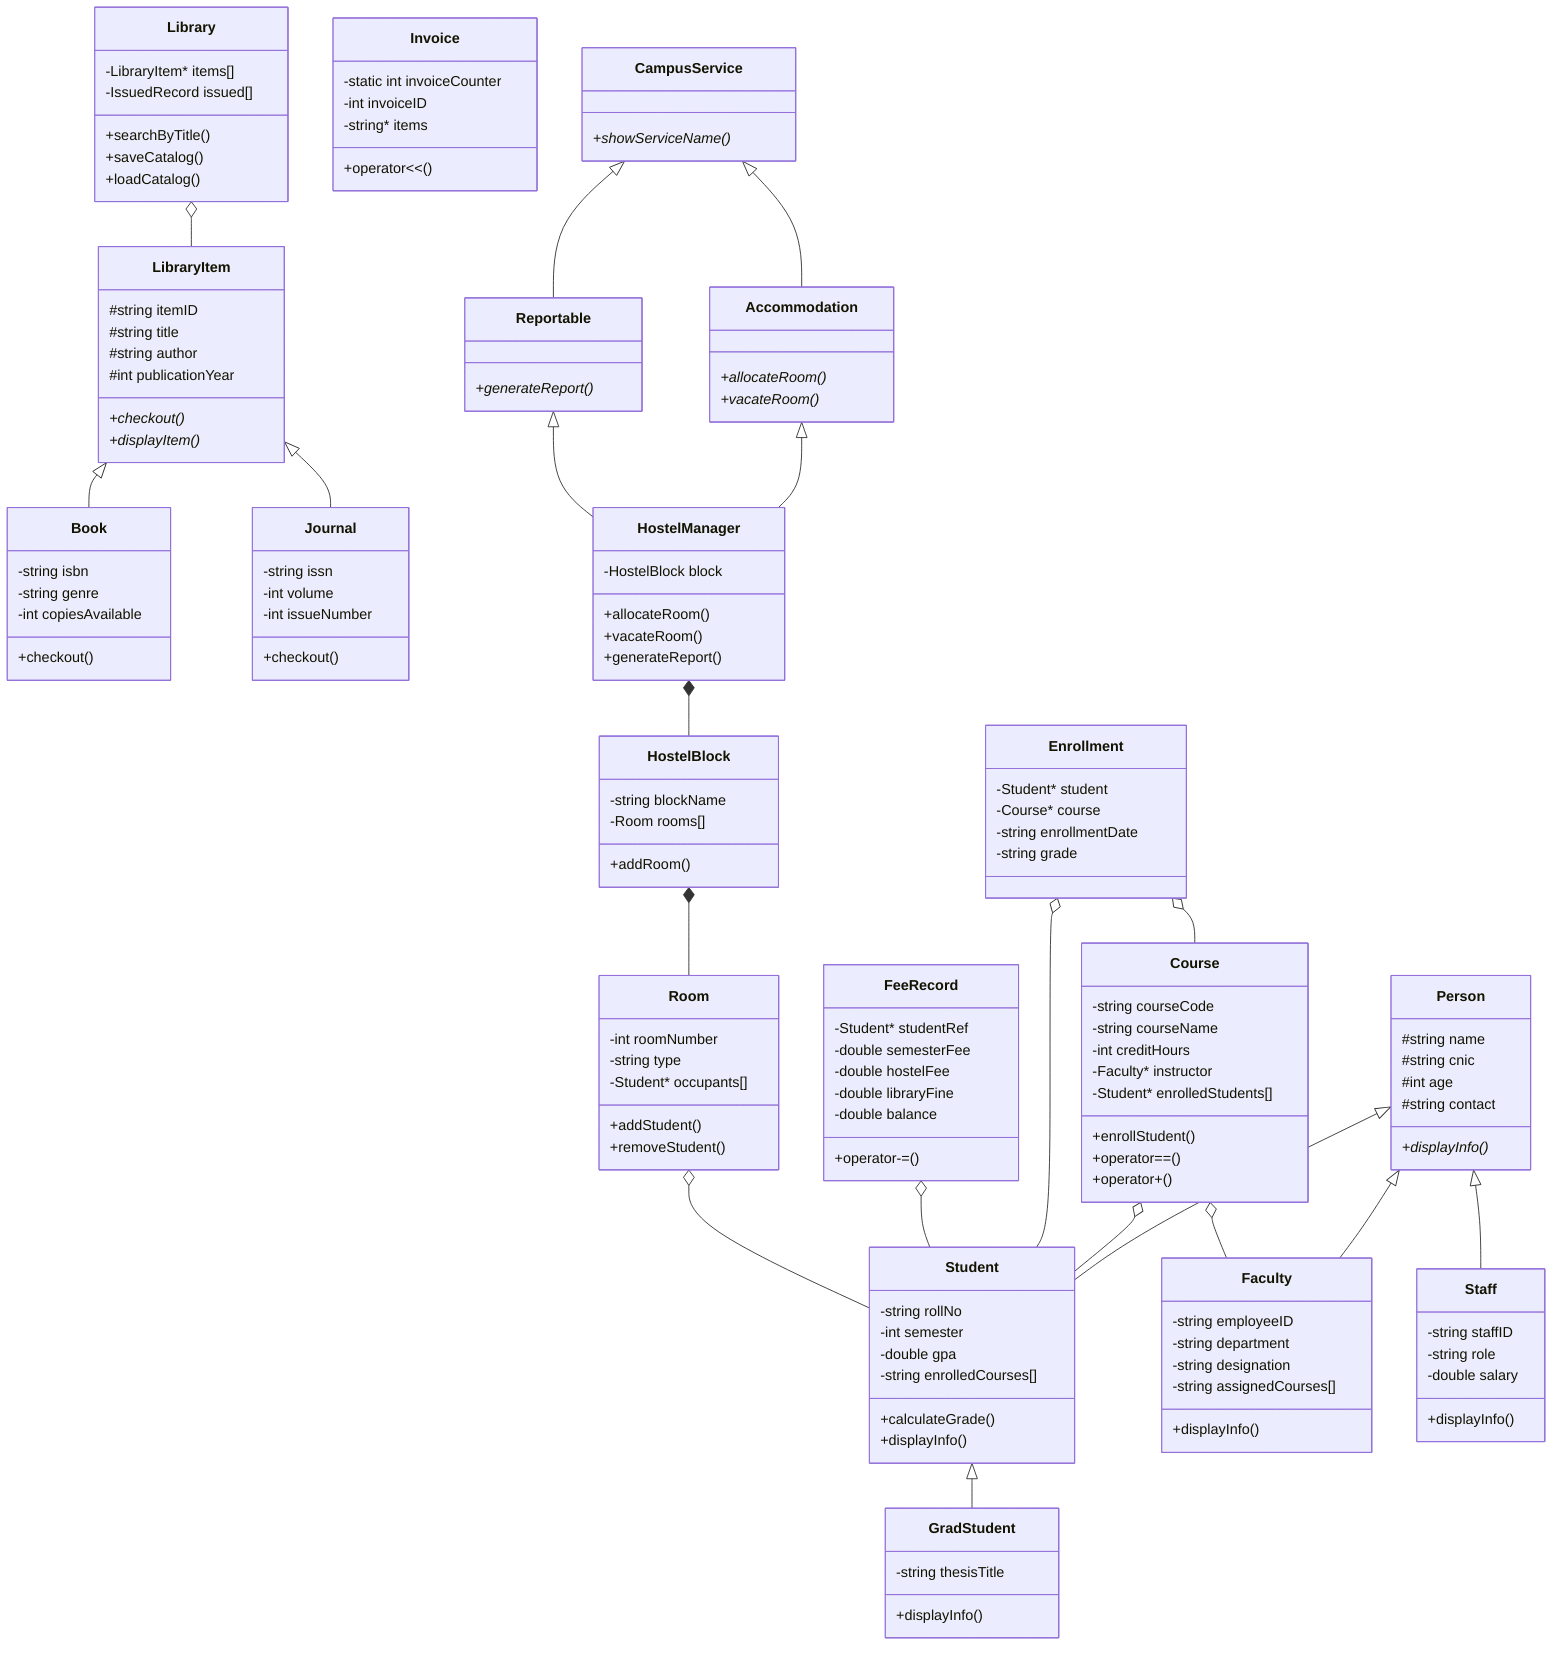
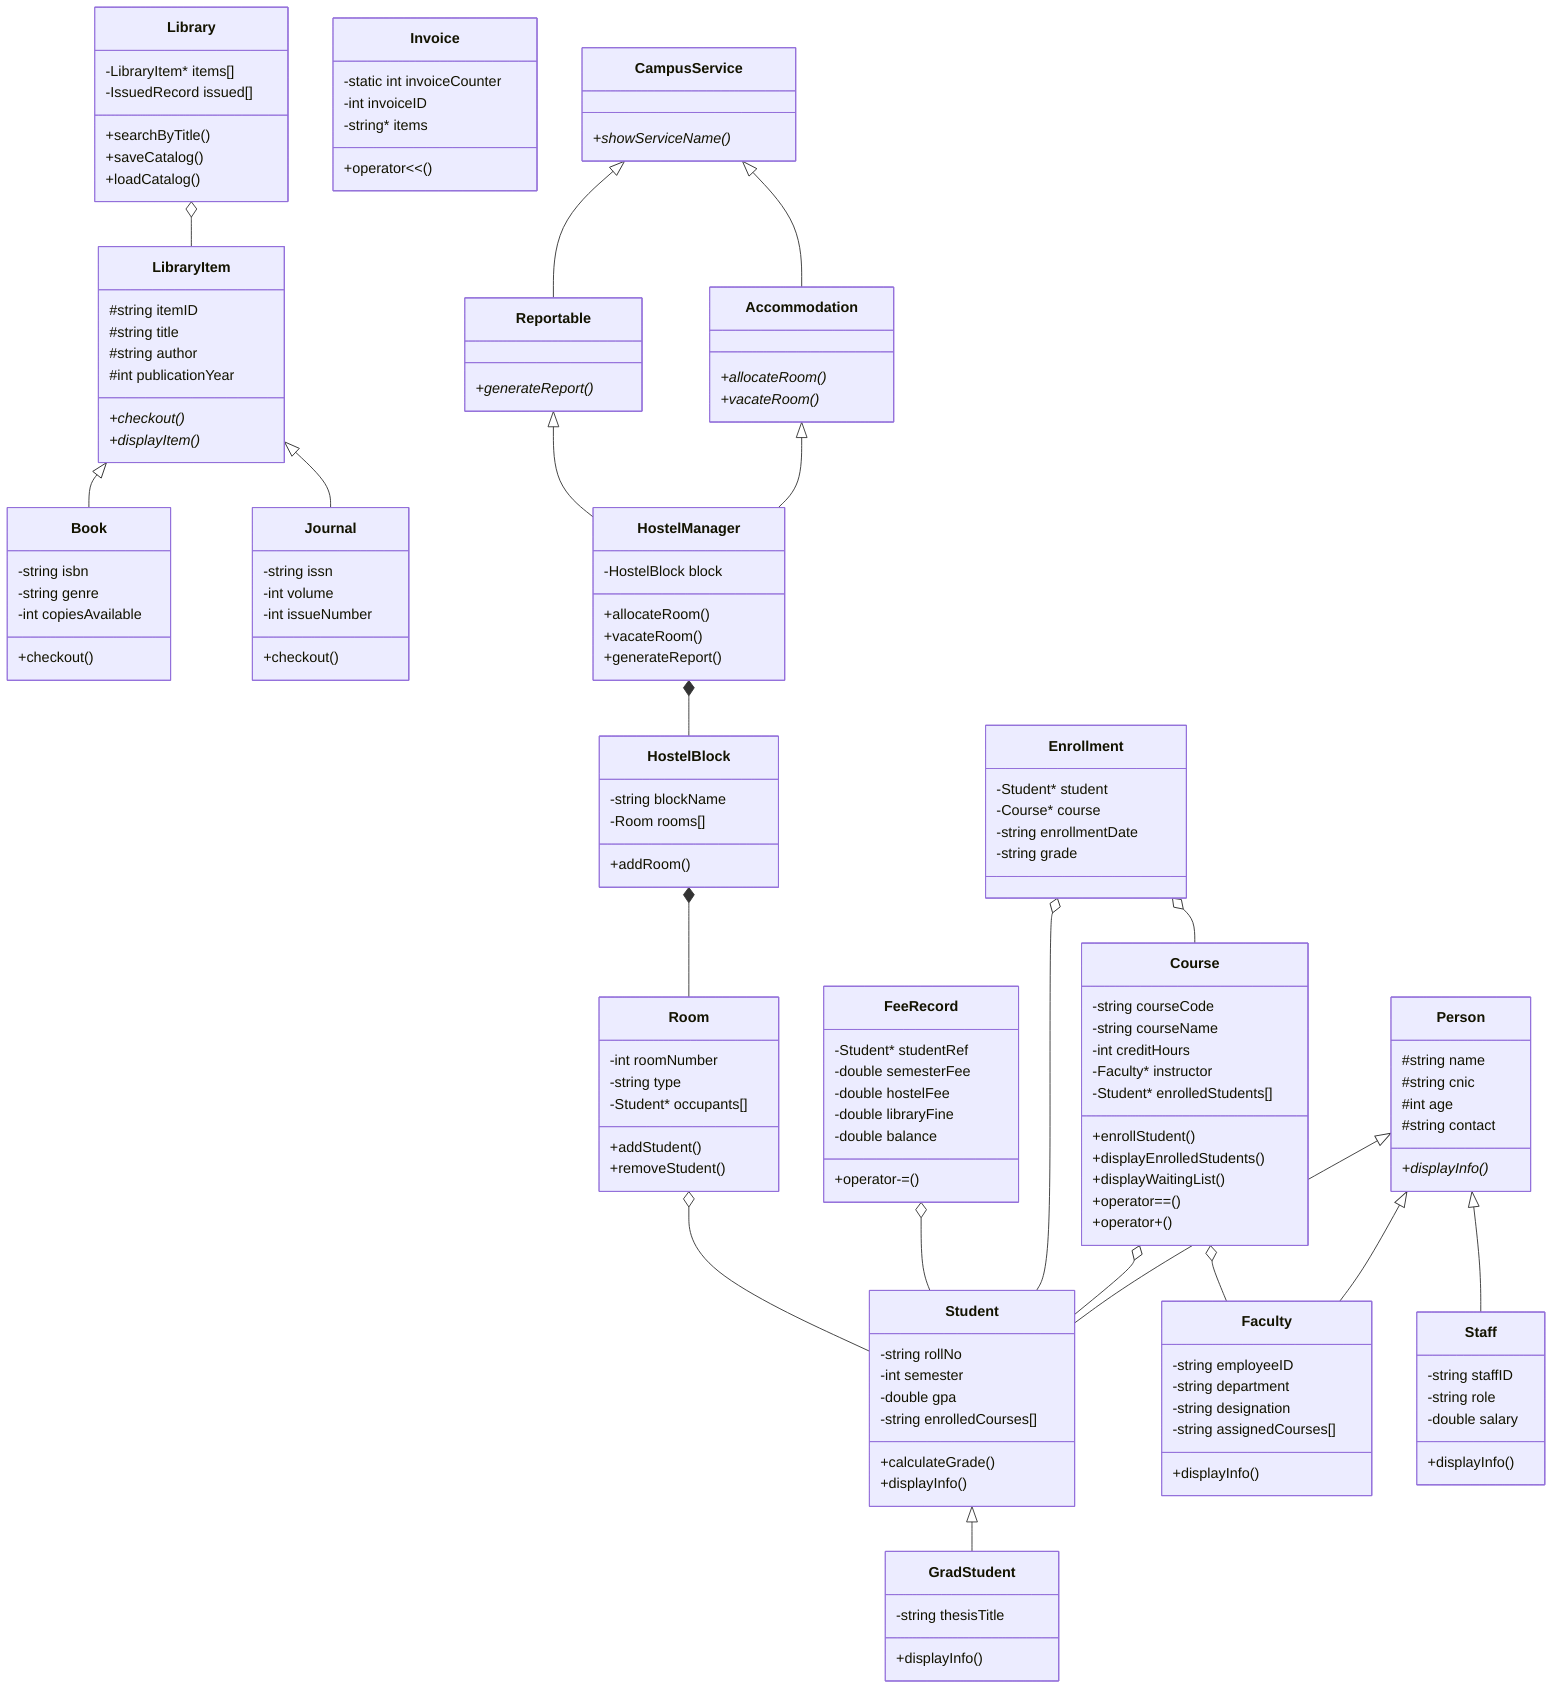
classDiagram
    class Person {
        #string name
        #string cnic
        #int age
        #string contact
        +displayInfo()*
    }

    class Student {
        -string rollNo
        -int semester
        -double gpa
        -string enrolledCourses[]
        +calculateGrade()
        +displayInfo()
    }

    class GradStudent {
        -string thesisTitle
        +displayInfo()
    }

    class Faculty {
        -string employeeID
        -string department
        -string designation
        -string assignedCourses[]
        +displayInfo()
    }

    class Staff {
        -string staffID
        -string role
        -double salary
        +displayInfo()
    }

    class Course {
        -string courseCode
        -string courseName
        -int creditHours
        -Faculty* instructor
        -Student* enrolledStudents[]
        +enrollStudent()
+         +displayEnrolledStudents()
+         +displayWaitingList()
        +operator==()
        +operator+()
    }

    class Enrollment {
        -Student* student
        -Course* course
        -string enrollmentDate
        -string grade
    }

    class LibraryItem {
        #string itemID
        #string title
        #string author
        #int publicationYear
        +checkout()*
        +displayItem()*
    }

    class Book {
        -string isbn
        -string genre
        -int copiesAvailable
        +checkout()
    }

    class Journal {
        -string issn
        -int volume
        -int issueNumber
        +checkout()
    }

    class Library {
        -LibraryItem* items[]
        -IssuedRecord issued[]
        +searchByTitle()
        +saveCatalog()
        +loadCatalog()
    }

    class FeeRecord {
        -Student* studentRef
        -double semesterFee
        -double hostelFee
        -double libraryFine
        -double balance
        +operator-=()
    }

    class Invoice {
        -static int invoiceCounter
        -int invoiceID
        -string* items
        +operator<<()
    }

    class CampusService {
        +showServiceName()*
    }

    class Accommodation {
        +allocateRoom()*
        +vacateRoom()*
    }

    class Reportable {
        +generateReport()*
    }

    class Room {
        -int roomNumber
        -string type
        -Student* occupants[]
        +addStudent()
        +removeStudent()
    }

    class HostelBlock {
        -string blockName
        -Room rooms[]
        +addRoom()
    }

    class HostelManager {
        -HostelBlock block
        +allocateRoom()
        +vacateRoom()
        +generateReport()
    }

    Person <|-- Student
    Student <|-- GradStudent
    Person <|-- Faculty
    Person <|-- Staff
    Course o-- Faculty
    Course o-- Student
    Enrollment o-- Student
    Enrollment o-- Course
    LibraryItem <|-- Book
    LibraryItem <|-- Journal
    Library o-- LibraryItem
    FeeRecord o-- Student
    CampusService <|-- Accommodation
    CampusService <|-- Reportable
    Accommodation <|-- HostelManager
    Reportable <|-- HostelManager
    HostelManager *-- HostelBlock
    HostelBlock *-- Room
    Room o-- Student
